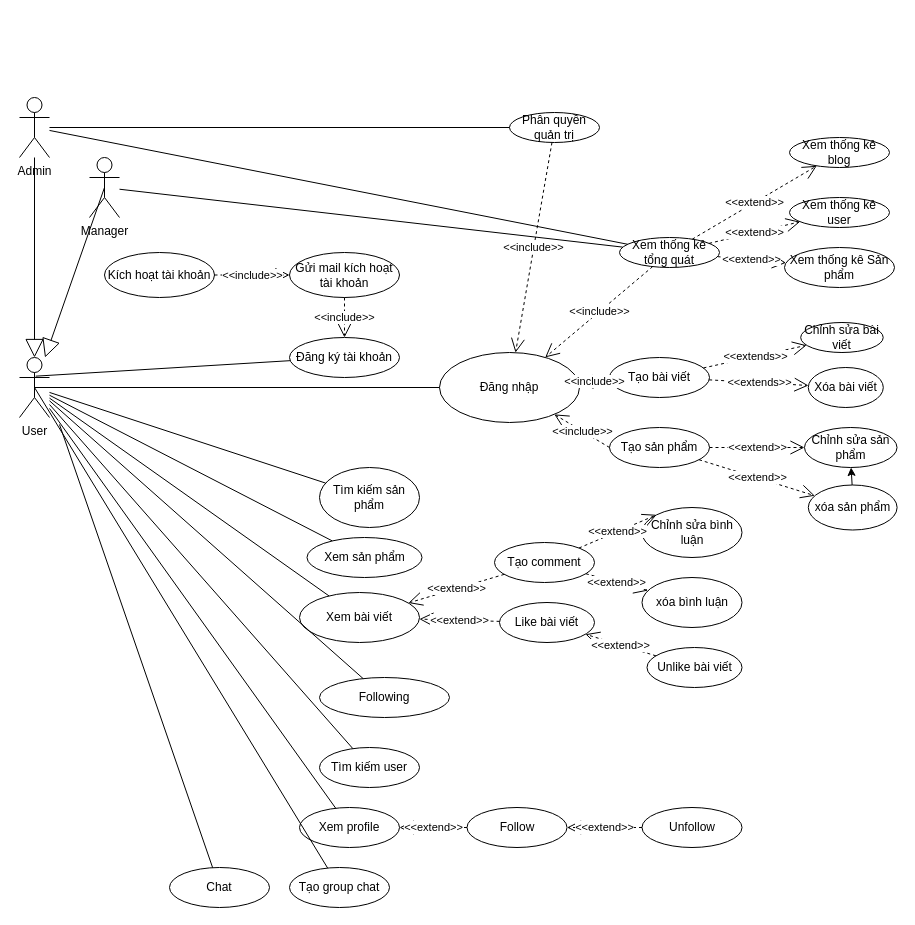
TranThanhHoang123/Blog keeps this draw.io diagram as BlogProject/BlogProject/UseCaseBlog.drawio. Above is the earlier version. Source tidied: cells renumbered, new cells numbered last; positions are measured from the earlier drawing's top-left corner, leaving out a move shared by most shapes. Both pictures are drawn from the tidied source at 100%, with x=0, y=0 at pixel (19, 77).
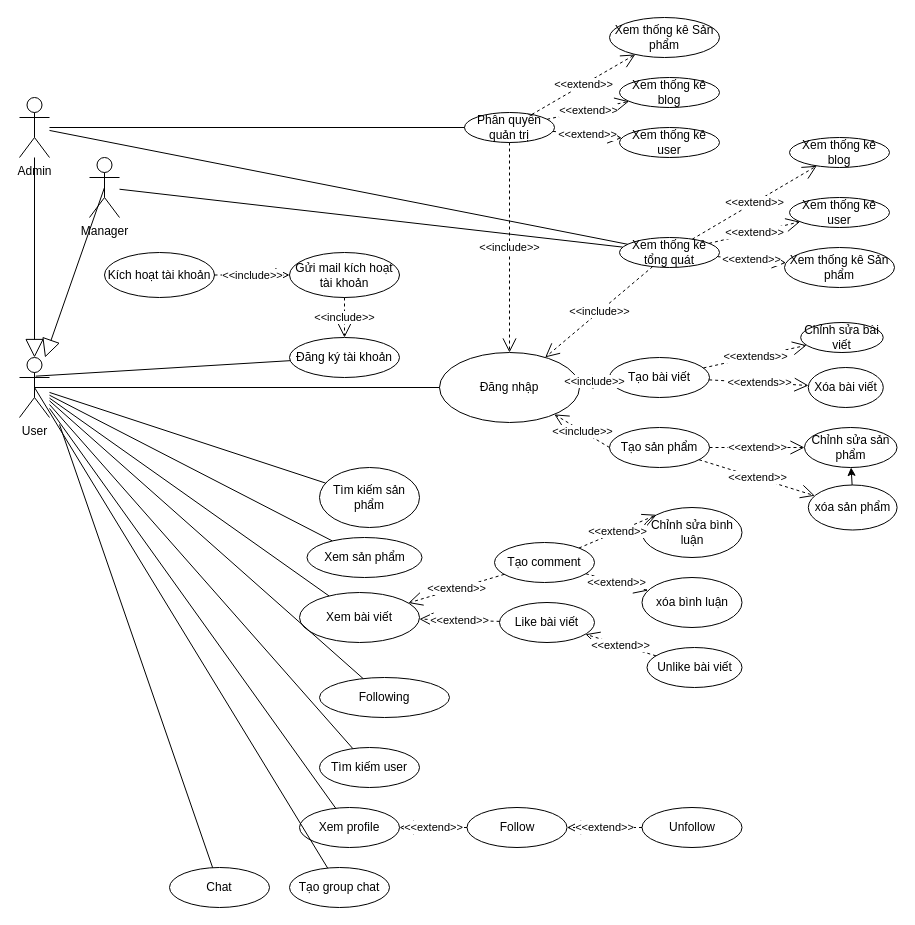
The same page after the edit.

The change refers to these unchanged cells:
```xml
<mxCell id="36" value="Xem thống kê tổng quát" style="ellipse;whiteSpace=wrap;html=1;" parent="1" vertex="1">
  <mxGeometry x="600" y="160" width="100" height="30" as="geometry" />
</mxCell>
<mxCell id="72" value="Xem thống kê blog" style="ellipse;whiteSpace=wrap;html=1;" parent="1" vertex="1">
  <mxGeometry x="770" y="60" width="100" height="30" as="geometry" />
</mxCell>
```

Diff of the diagram source:
```diff
@@
-    <mxCell id="42" value="&amp;lt;&amp;lt;extend&amp;gt;&amp;gt;" style="endArrow=open;endSize=12;dashed=1;html=1;rounded=0;strokeColor=default;align=center;verticalAlign=middle;fontFamily=Helvetica;fontSize=11;fontColor=default;labelBackgroundColor=default;edgeStyle=none;" parent="1" edge="1" source="36" target="72">
+    <mxCell id="42" value="&amp;lt;&amp;lt;extend&amp;gt;&amp;gt;" style="endArrow=open;endSize=12;dashed=1;html=1;rounded=0;strokeColor=default;align=center;verticalAlign=middle;fontFamily=Helvetica;fontSize=11;fontColor=default;labelBackgroundColor=default;edgeStyle=none;" parent="1" edge="1" source="44" target="74">
       <mxGeometry relative="1" as="geometry" />
     </mxCell>
@@
     <mxCell id="44" value="Phân quyền quản trị" style="ellipse;whiteSpace=wrap;html=1;" parent="1" vertex="1">
-      <mxGeometry x="490" y="35" width="90" height="30" as="geometry" />
+      <mxGeometry x="445" y="35" width="90" height="30" as="geometry" />
     </mxCell>
@@
+    <mxCell id="74" value="Xem thống kê blog" style="ellipse;whiteSpace=wrap;html=1;" parent="1" vertex="1">
+      <mxGeometry x="600" width="100" height="30" as="geometry" />
+    </mxCell>
+    <mxCell id="75" value="Xem thống kê user" style="ellipse;whiteSpace=wrap;html=1;" parent="1" vertex="1">
+      <mxGeometry x="600" y="50" width="100" height="30" as="geometry" />
+    </mxCell>
+    <mxCell id="76" value="Xem thống kê Sản phẩm" style="ellipse;whiteSpace=wrap;html=1;" parent="1" vertex="1">
+      <mxGeometry x="590" y="-60" width="110" height="40" as="geometry" />
+    </mxCell>
+    <mxCell id="77" value="&amp;lt;&amp;lt;extend&amp;gt;&amp;gt;" style="endArrow=open;endSize=12;dashed=1;html=1;rounded=0;strokeColor=default;align=center;verticalAlign=middle;fontFamily=Helvetica;fontSize=11;fontColor=default;labelBackgroundColor=default;edgeStyle=none;" parent="1" edge="1" source="44" target="76">
+      <mxGeometry relative="1" as="geometry" />
+    </mxCell>
+    <mxCell id="78" value="&amp;lt;&amp;lt;extend&amp;gt;&amp;gt;" style="endArrow=open;endSize=12;dashed=1;html=1;rounded=0;strokeColor=default;align=center;verticalAlign=middle;fontFamily=Helvetica;fontSize=11;fontColor=default;labelBackgroundColor=default;edgeStyle=none;" parent="1" edge="1" source="36" target="72">
+      <mxGeometry relative="1" as="geometry" />
+    </mxCell>
+    <mxCell id="79" value="&amp;lt;&amp;lt;extend&amp;gt;&amp;gt;" style="endArrow=open;endSize=12;dashed=1;html=1;rounded=0;strokeColor=default;align=center;verticalAlign=middle;fontFamily=Helvetica;fontSize=11;fontColor=default;labelBackgroundColor=default;edgeStyle=none;" parent="1" edge="1" source="44" target="75">
+      <mxGeometry relative="1" as="geometry" />
+    </mxCell>
```
